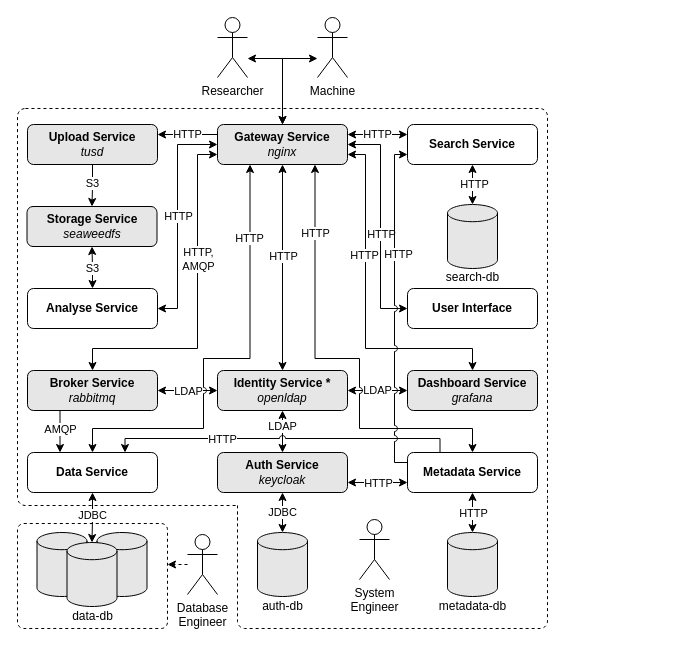
Above: page "docker-compose" (1 of 8) of .docs/images/architecture.drawio in DBRepo-Project/dbrepo (draw.io), before the change. Source tidied: cells renumbered, new cells numbered last; positions are measured from the earlier drawing's top-left corner, leaving out a move shared by most shapes. Both pictures are drawn from the tidied source at 100%, with x=0, y=0 at pixel (17, 17).
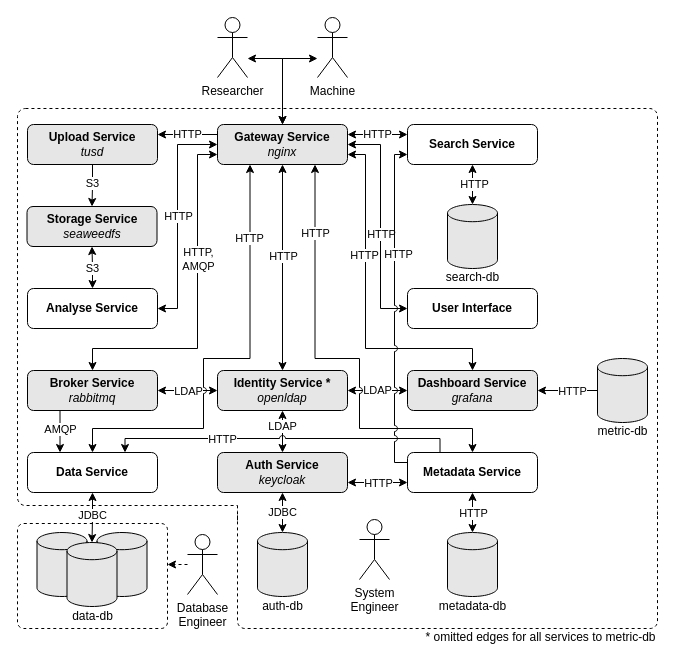
After the change.

The change refers to these unchanged cells:
```xml
<mxCell id="34" value="&lt;b&gt;Dashboard Service&lt;/b&gt;&lt;div&gt;&lt;i&gt;grafana&lt;/i&gt;&lt;/div&gt;" style="rounded=1;whiteSpace=wrap;html=1;fillColor=#E6E6E6;fontColor=#000000;strokeColor=#000000;" parent="1" vertex="1">
  <mxGeometry x="390" y="353" width="130" height="40" as="geometry" />
</mxCell>
```

Diff of the diagram source:
```diff
@@
     <mxCell id="2" style="rounded=1;whiteSpace=wrap;html=1;fillColor=none;dashed=1;arcSize=2;" parent="1" vertex="1">
-      <mxGeometry y="91" width="530" height="397" as="geometry" />
+      <mxGeometry y="91" width="640" height="397" as="geometry" />
     </mxCell>
@@
     <mxCell id="6" style="rounded=1;whiteSpace=wrap;html=1;fillColor=none;dashed=1;arcSize=6;" parent="1" vertex="1">
-      <mxGeometry x="220" y="488" width="310" height="123" as="geometry" />
+      <mxGeometry x="220" y="488" width="420" height="123" as="geometry" />
     </mxCell>
@@
     <mxCell id="56" style="rounded=0;whiteSpace=wrap;html=1;strokeColor=none;" parent="1" vertex="1">
-      <mxGeometry x="220" y="481" width="310" height="14" as="geometry" />
+      <mxGeometry x="220" y="481" width="420" height="14" as="geometry" />
     </mxCell>
@@
+    <mxCell id="77" style="edgeStyle=orthogonalEdgeStyle;rounded=0;jettySize=auto;html=1;entryX=1;entryY=0.5;entryDx=0;entryDy=0;" parent="1" edge="1" source="79" target="34">
+      <mxGeometry relative="1" as="geometry" />
+    </mxCell>
+    <mxCell id="78" value="HTTP" style="edgeLabel;html=1;align=center;verticalAlign=middle;" parent="77" vertex="1">
+      <mxGeometry x="-0.12" relative="1" as="geometry" />
+    </mxCell>
+    <mxCell id="79" style="shape=cylinder3;whiteSpace=wrap;html=1;boundedLbl=1;backgroundOutline=1;size=8.600000000000023;fillColor=#E6E6E6;strokeColor=#000000;" parent="1" vertex="1">
+      <mxGeometry x="580" y="341" width="50" height="64" as="geometry" />
+    </mxCell>
+    <mxCell id="80" value="metric-db" style="text;html=1;strokeColor=none;fillColor=none;align=center;verticalAlign=middle;whiteSpace=wrap;rounded=0;spacing=-1;" parent="1" vertex="1">
+      <mxGeometry x="562.5" y="405" width="85" height="17" as="geometry" />
+    </mxCell>
+    <mxCell id="81" value="* omitted edges for all services to metric-db" style="text;html=1;align=center;verticalAlign=middle;whiteSpace=wrap;rounded=0;" parent="1" vertex="1">
+      <mxGeometry x="407" y="614" width="233" height="11" as="geometry" />
+    </mxCell>
```
